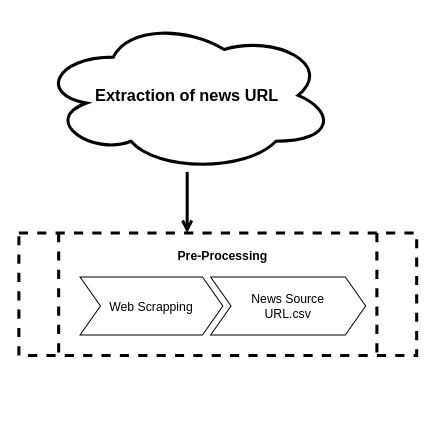
Earlier version of the draw.io diagram page "Page-2" (2 of 2) of Motaleb/Untitled Diagram.drawio (minhazul-alam/News_Gen). Source tidied: cells renumbered, new cells numbered last; positions are measured from the earlier drawing's top-left corner, leaving out a move shared by most shapes. Both pictures are drawn from the tidied source at 102%, with x=0, y=0 at pixel (18, 18).
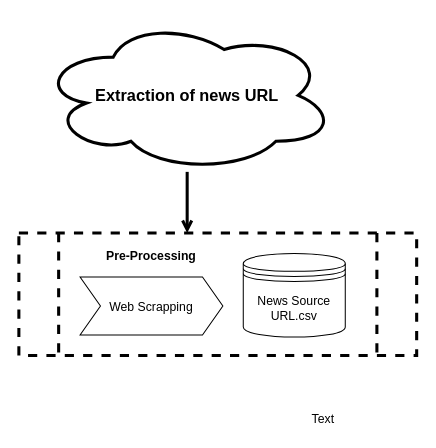
After the change.

Change to the diagram source:
```diff
@@
 <mxGraphModel>
   <root>
     <mxCell id="0" />
     <mxCell id="1" parent="0" />
     <mxCell id="2" style="edgeStyle=orthogonalEdgeStyle;rounded=0;jettySize=auto;html=1;startArrow=none;startFill=0;endArrow=open;endFill=0;targetPerimeterSpacing=1;strokeWidth=3;" parent="1" edge="1" source="3">
       <mxGeometry relative="1" as="geometry">
         <mxPoint x="165" y="210" as="targetPoint" />
       </mxGeometry>
     </mxCell>
     <mxCell id="3" value="&lt;b style=&quot;white-space: normal&quot;&gt;&lt;font style=&quot;font-size: 16px&quot;&gt;Extraction of news URL&lt;/font&gt;&lt;/b&gt;" style="ellipse;shape=cloud;whiteSpace=wrap;html=1;strokeColor=#000000;strokeWidth=3;fillColor=none;gradientColor=#ffffff;" parent="1" vertex="1">
       <mxGeometry x="20" width="290" height="150" as="geometry" />
     </mxCell>
     <mxCell id="4" style="shape=process;whiteSpace=wrap;html=1;backgroundOutline=1;strokeColor=#000000;strokeWidth=3;fillColor=none;gradientColor=#ffffff;dashed=1;" parent="1" vertex="1">
       <mxGeometry y="210" width="390" height="120" as="geometry" />
     </mxCell>
     <mxCell id="5" value="Pre-Processing" style="swimlane;horizontal=1;fillColor=none;strokeColor=none;stackBorder=10;align=center;fontColor=#000000;dashed=1;" parent="1" vertex="1">
-      <mxGeometry x="50" y="220" width="300" height="100" as="geometry" />
+      <mxGeometry x="50" y="220" width="160" height="100" as="geometry" />
     </mxCell>
     <mxCell id="6" value="Web Scrapping" style="shape=step;perimeter=stepPerimeter;fixedSize=1;" parent="5" vertex="1">
       <mxGeometry x="10" y="33" width="140" height="57" as="geometry" />
     </mxCell>
-    <mxCell id="7" value="News Source &#10;URL.csv" style="shape=step;perimeter=stepPerimeter;fixedSize=1;" parent="5" vertex="1">
-      <mxGeometry x="138" y="33" width="152" height="57" as="geometry" />
+    <mxCell id="7" value="News Source URL.csv" style="shape=datastore;whiteSpace=wrap;html=1;" parent="1" vertex="1">
+      <mxGeometry x="220" y="230" width="100" height="82" as="geometry" />
     </mxCell>
+    <mxCell id="8" value="Text" style="text;html=1;align=center;verticalAlign=middle;" parent="1" vertex="1">
+      <mxGeometry x="278" y="383" width="40" height="20" as="geometry" />
+    </mxCell>
   </root>
 </mxGraphModel>
```
